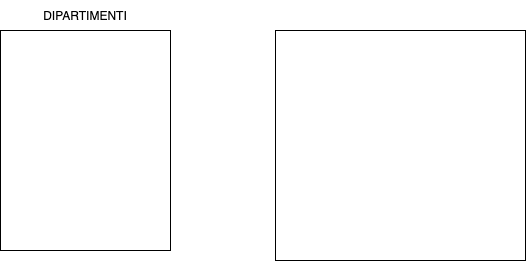
The draw.io diagram db-university.png in templarec/db-university, before a commit. Source tidied: cells renumbered, new cells last; positions are measured from the earlier drawing's top-left corner, leaving out a move shared by most shapes.
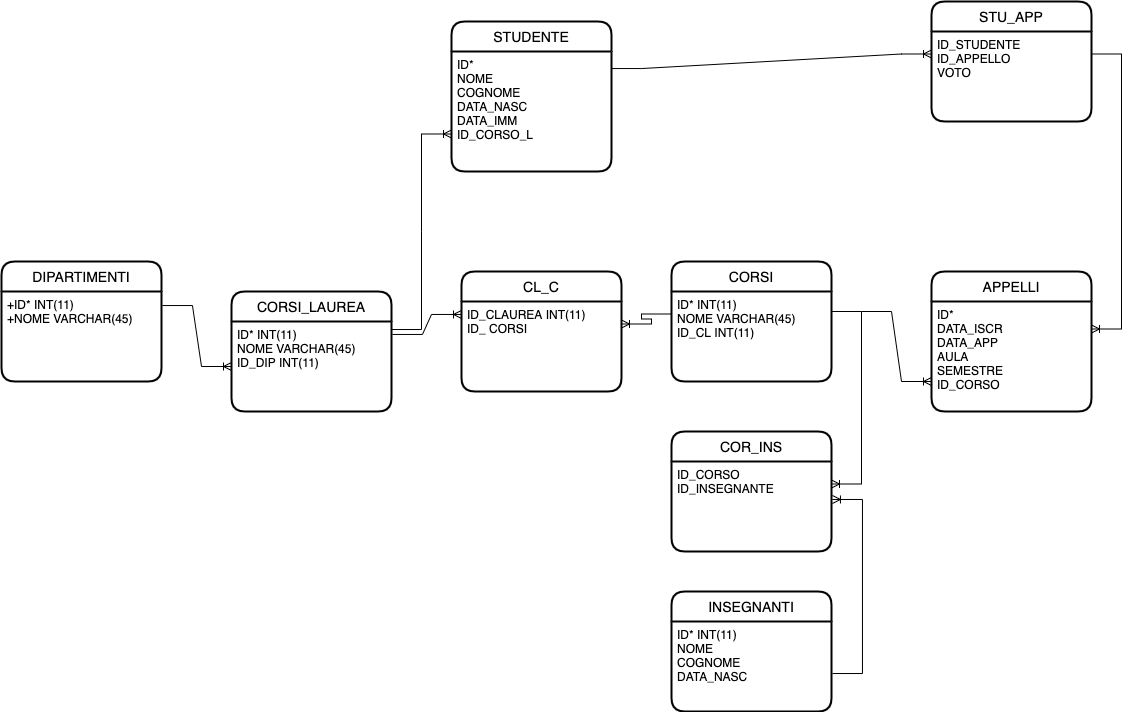
Later version of the same file.

Change to the diagram source:
```diff
@@ -2,14 +2,91 @@
   <root>
     <mxCell id="0" />
     <mxCell id="1" parent="0" />
-    <mxCell id="2" style="rounded=0;whiteSpace=wrap;html=1;" parent="1" vertex="1">
-      <mxGeometry y="30" width="170" height="220" as="geometry" />
-    </mxCell>
+    <mxCell id="5" style="edgeStyle=entityRelationEdgeStyle;fontSize=12;html=1;endArrow=ERoneToMany;rounded=0;entryX=0;entryY=0.5;entryDx=0;entryDy=0;exitX=1.006;exitY=0.156;exitDx=0;exitDy=0;exitPerimeter=0;" parent="1" edge="1" source="6" target="8">
+      <mxGeometry relative="1" as="geometry" />
+    </mxCell>
-    <mxCell id="3" value="DIPARTIMENTI" style="text;html=1;strokeColor=none;fillColor=none;align=center;verticalAlign=middle;whiteSpace=wrap;rounded=0;" parent="1" vertex="1">
-      <mxGeometry x="35" width="100" height="30" as="geometry" />
+    <mxCell id="3" value="DIPARTIMENTI" style="swimlane;horizontal=1;startSize=30;rounded=1;fontSize=14;fontStyle=0;strokeWidth=2;shadow=0;dashed=0;align=center;" parent="1" vertex="1">
+      <mxGeometry x="35" width="160" height="120" as="geometry" />
     </mxCell>
-    <mxCell id="4" style="rounded=0;whiteSpace=wrap;html=1;" parent="1" vertex="1">
-      <mxGeometry x="275" y="30" width="250" height="230" as="geometry" />
-    </mxCell>
+    <mxCell id="6" value="+ID* INT(11)&#10;+NOME VARCHAR(45)&#10;" style="align=left;strokeColor=none;fillColor=none;spacingLeft=4;fontSize=12;verticalAlign=top;" parent="3" vertex="1">
+      <mxGeometry y="30" width="160" height="90" as="geometry" />
+    </mxCell>
+    <mxCell id="7" value="CORSI_LAUREA" style="swimlane;horizontal=1;startSize=30;rounded=1;fontSize=14;fontStyle=0;strokeWidth=2;shadow=0;dashed=0;align=center;" parent="1" vertex="1">
+      <mxGeometry x="265" y="30" width="160" height="120" as="geometry" />
+    </mxCell>
+    <mxCell id="8" value="ID* INT(11)&#10;NOME VARCHAR(45)&#10;ID_DIP INT(11)" style="align=left;strokeColor=none;fillColor=none;spacingLeft=4;fontSize=12;verticalAlign=top;" parent="7" vertex="1">
+      <mxGeometry y="30" width="160" height="90" as="geometry" />
+    </mxCell>
+    <mxCell id="9" value="CORSI" style="swimlane;horizontal=1;startSize=30;rounded=1;fontSize=14;fontStyle=0;strokeWidth=2;shadow=0;dashed=0;align=center;" parent="1" vertex="1">
+      <mxGeometry x="705" width="160" height="120" as="geometry" />
+    </mxCell>
+    <mxCell id="10" value="ID* INT(11)&#10;NOME VARCHAR(45)&#10;ID_CL INT(11)" style="align=left;strokeColor=none;fillColor=none;spacingLeft=4;fontSize=12;verticalAlign=top;" parent="9" vertex="1">
+      <mxGeometry y="30" width="160" height="90" as="geometry" />
+    </mxCell>
+    <mxCell id="11" value="CL_C" style="swimlane;horizontal=1;startSize=30;rounded=1;fontSize=14;fontStyle=0;strokeWidth=2;shadow=0;dashed=0;align=center;" parent="1" vertex="1">
+      <mxGeometry x="495" y="10" width="160" height="120" as="geometry" />
+    </mxCell>
+    <mxCell id="12" value="ID_CLAUREA INT(11)&#10;ID_ CORSI" style="align=left;strokeColor=none;fillColor=none;spacingLeft=4;fontSize=12;verticalAlign=top;" parent="11" vertex="1">
+      <mxGeometry y="30" width="160" height="90" as="geometry" />
+    </mxCell>
+    <mxCell id="13" style="edgeStyle=entityRelationEdgeStyle;fontSize=12;html=1;endArrow=ERoneToMany;rounded=0;exitX=1.006;exitY=0.144;exitDx=0;exitDy=0;exitPerimeter=0;entryX=0;entryY=0.144;entryDx=0;entryDy=0;entryPerimeter=0;" parent="1" edge="1" source="8" target="12">
+      <mxGeometry relative="1" as="geometry" />
+    </mxCell>
+    <mxCell id="14" style="edgeStyle=entityRelationEdgeStyle;fontSize=12;html=1;endArrow=ERoneToMany;rounded=0;entryX=1;entryY=0.25;entryDx=0;entryDy=0;exitX=0;exitY=0.25;exitDx=0;exitDy=0;" parent="1" edge="1" source="10" target="12">
+      <mxGeometry relative="1" as="geometry" />
+    </mxCell>
+    <mxCell id="15" value="INSEGNANTI" style="swimlane;horizontal=1;startSize=30;rounded=1;fontSize=14;fontStyle=0;strokeWidth=2;shadow=0;dashed=0;align=center;" parent="1" vertex="1">
+      <mxGeometry x="705" y="330" width="160" height="120" as="geometry" />
+    </mxCell>
+    <mxCell id="16" value="ID* INT(11)&#10;NOME &#10;COGNOME&#10;DATA_NASC&#10;" style="align=left;strokeColor=none;fillColor=none;spacingLeft=4;fontSize=12;verticalAlign=top;" parent="15" vertex="1">
+      <mxGeometry y="30" width="160" height="90" as="geometry" />
+    </mxCell>
+    <mxCell id="17" value="COR_INS" style="swimlane;horizontal=1;startSize=30;rounded=1;fontSize=14;fontStyle=0;strokeWidth=2;shadow=0;dashed=0;align=center;" parent="1" vertex="1">
+      <mxGeometry x="705" y="170" width="160" height="120" as="geometry" />
+    </mxCell>
+    <mxCell id="18" value="ID_CORSO&#10;ID_INSEGNANTE" style="align=left;strokeColor=none;fillColor=none;spacingLeft=4;fontSize=12;verticalAlign=top;" parent="17" vertex="1">
+      <mxGeometry y="30" width="160" height="90" as="geometry" />
+    </mxCell>
+    <mxCell id="19" style="edgeStyle=entityRelationEdgeStyle;fontSize=12;html=1;endArrow=ERoneToMany;rounded=0;exitX=1.006;exitY=0.578;exitDx=0;exitDy=0;exitPerimeter=0;entryX=1.006;entryY=0.422;entryDx=0;entryDy=0;entryPerimeter=0;" parent="1" edge="1" source="16" target="18">
+      <mxGeometry relative="1" as="geometry" />
+    </mxCell>
+    <mxCell id="20" style="edgeStyle=entityRelationEdgeStyle;fontSize=12;html=1;endArrow=ERoneToMany;rounded=0;entryX=1;entryY=0.25;entryDx=0;entryDy=0;" parent="1" edge="1" target="18">
+      <mxGeometry relative="1" as="geometry">
+        <mxPoint x="865" y="50" as="sourcePoint" />
+      </mxGeometry>
+    </mxCell>
+    <mxCell id="21" value="APPELLI" style="swimlane;horizontal=1;startSize=30;rounded=1;fontSize=14;fontStyle=0;strokeWidth=2;shadow=0;dashed=0;align=center;" parent="1" vertex="1">
+      <mxGeometry x="965" y="10" width="160" height="140" as="geometry" />
+    </mxCell>
+    <mxCell id="22" value="ID*&#10;DATA_ISCR&#10;DATA_APP&#10;AULA&#10;SEMESTRE&#10;ID_CORSO&#10;" style="align=left;strokeColor=none;fillColor=none;spacingLeft=4;fontSize=12;verticalAlign=top;" parent="21" vertex="1">
+      <mxGeometry y="30" width="160" height="110" as="geometry" />
+    </mxCell>
+    <mxCell id="23" style="edgeStyle=entityRelationEdgeStyle;fontSize=12;html=1;endArrow=ERoneToMany;rounded=0;" parent="1" edge="1">
+      <mxGeometry relative="1" as="geometry">
+        <mxPoint x="895" y="50" as="sourcePoint" />
+        <mxPoint x="965" y="120" as="targetPoint" />
+      </mxGeometry>
+    </mxCell>
+    <mxCell id="24" value="STUDENTE" style="swimlane;horizontal=1;startSize=30;rounded=1;fontSize=14;fontStyle=0;strokeWidth=2;shadow=0;dashed=0;align=center;" parent="1" vertex="1">
+      <mxGeometry x="485" y="-240" width="160" height="150" as="geometry" />
+    </mxCell>
+    <mxCell id="25" value="ID*&#10;NOME&#10;COGNOME&#10;DATA_NASC&#10;DATA_IMM&#10;ID_CORSO_L" style="align=left;strokeColor=none;fillColor=none;spacingLeft=4;fontSize=12;verticalAlign=top;" parent="24" vertex="1">
+      <mxGeometry y="30" width="160" height="120" as="geometry" />
+    </mxCell>
+    <mxCell id="26" style="edgeStyle=entityRelationEdgeStyle;fontSize=12;html=1;endArrow=ERoneToMany;rounded=0;exitX=1;exitY=0.089;exitDx=0;exitDy=0;entryX=0;entryY=0.75;entryDx=0;entryDy=0;exitPerimeter=0;" parent="1" edge="1" source="8" target="24">
+      <mxGeometry relative="1" as="geometry" />
+    </mxCell>
+    <mxCell id="27" value="STU_APP" style="swimlane;horizontal=1;startSize=30;rounded=1;fontSize=14;fontStyle=0;strokeWidth=2;shadow=0;dashed=0;align=center;" parent="1" vertex="1">
+      <mxGeometry x="965" y="-260" width="160" height="120" as="geometry" />
+    </mxCell>
+    <mxCell id="28" value="ID_STUDENTE&#10;ID_APPELLO&#10;VOTO" style="align=left;strokeColor=none;fillColor=none;spacingLeft=4;fontSize=12;verticalAlign=top;" parent="27" vertex="1">
+      <mxGeometry y="30" width="160" height="90" as="geometry" />
+    </mxCell>
+    <mxCell id="29" style="edgeStyle=entityRelationEdgeStyle;fontSize=12;html=1;endArrow=ERoneToMany;rounded=0;exitX=1;exitY=0.142;exitDx=0;exitDy=0;exitPerimeter=0;entryX=0;entryY=0.25;entryDx=0;entryDy=0;" parent="1" edge="1" source="25" target="28">
+      <mxGeometry relative="1" as="geometry" />
+    </mxCell>
+    <mxCell id="30" style="edgeStyle=entityRelationEdgeStyle;fontSize=12;html=1;endArrow=ERoneToMany;rounded=0;exitX=1;exitY=0.25;exitDx=0;exitDy=0;entryX=1;entryY=0.25;entryDx=0;entryDy=0;" parent="1" edge="1" source="28" target="22">
+      <mxGeometry relative="1" as="geometry" />
+    </mxCell>
   </root>
 </mxGraphModel>
```
